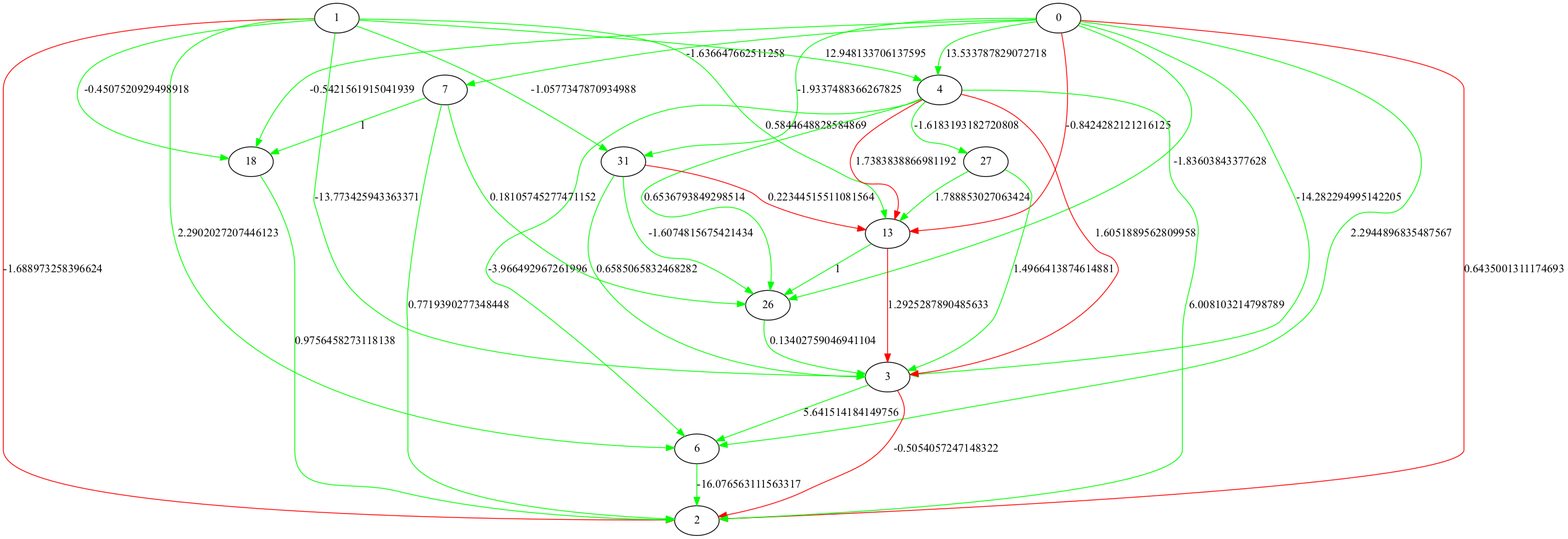
The Graphviz diagram Neat/visualizaions/Digraph.gv.png in RoshanNagaram002/NEAT, before a commit. Its source is kept beside it as Neat/visualizaions/Digraph.gv.
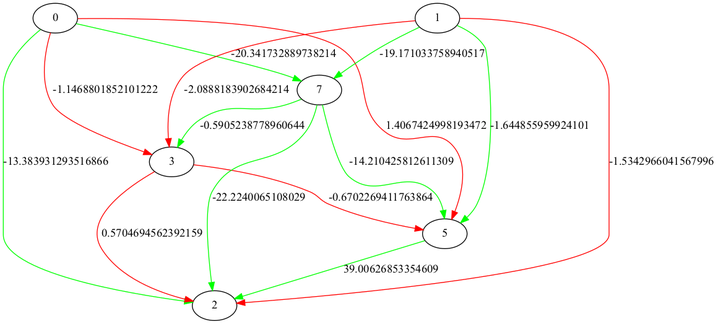
After the commit.

Change to the diagram source:
```diff
@@ -3,49 +3,20 @@
 	1 [label=1]
 	2 [label=2]
 	3 [label=3]
-	4 [label=4]
-	6 [label=6]
+	5 [label=5]
 	7 [label=7]
-	13 [label=13]
-	18 [label=18]
-	26 [label=26]
-	27 [label=27]
-	31 [label=31]
-	0 -> 2 [label=0.6435001311174693 color=red]
-	1 -> 2 [label=-1.688973258396624 color=red]
-	1 -> 3 [label=-13.773425943363371 color=green]
-	3 -> 2 [label=-0.5054057247148322 color=red]
-	0 -> 3 [label=-14.282294995142205 color=green]
-	1 -> 4 [label=12.948133706137595 color=green]
-	4 -> 3 [label=1.6051889562809958 color=red]
-	4 -> 2 [label=6.008103214798789 color=green]
-	3 -> 6 [label=5.641514184149756 color=green]
-	6 -> 2 [label=-16.076563111563317 color=green]
-	1 -> 6 [label=2.2902027207446123 color=green]
-	0 -> 7 [label=-1.636647662511258 color=green]
-	7 -> 2 [label=0.7719390277348448 color=green]
-	0 -> 6 [label=2.2944896835487567 color=green]
-	0 -> 4 [label=13.533787829072718 color=green]
-	4 -> 6 [label=-3.966492967261996 color=green]
-	4 -> 13 [label=1.7383838866981192 color=red]
-	13 -> 3 [label=1.2925287890485633 color=red]
-	0 -> 13 [label=-0.8424282121216125 color=red]
-	1 -> 13 [label=0.5844648828584869 color=green]
-	7 -> 18 [label=1 color=green]
-	18 -> 2 [label=0.9756458273118138 color=green]
-	1 -> 18 [label=-0.4507520929498918 color=green]
-	0 -> 18 [label=-0.5421561915041939 color=green]
-	13 -> 26 [label=1 color=green]
-	26 -> 3 [label=0.13402759046941104 color=green]
-	4 -> 27 [label=-1.6183193182720808 color=green]
-	27 -> 13 [label=1.788853027063424 color=green]
-	0 -> 31 [label=-1.9337488366267825 color=green]
-	31 -> 13 [label=0.22344515511081564 color=red]
-	31 -> 3 [label=0.6585065832468282 color=green]
-	1 -> 31 [label=-1.0577347870934988 color=green]
-	27 -> 3 [label=1.4966413874614881 color=green]
-	0 -> 26 [label=-1.83603843377628 color=green]
-	7 -> 26 [label=0.18105745277471152 color=green]
-	31 -> 26 [label=-1.6074815675421434 color=green]
-	4 -> 26 [label=0.6536793849298514 color=green]
+	0 -> 2 [label=-13.383931293516866 color=green]
+	1 -> 2 [label=-1.5342966041567996 color=red]
+	1 -> 3 [label=-2.0888183902684214 color=red]
+	3 -> 2 [label=0.5704694562392159 color=red]
+	0 -> 3 [label=-1.1468801852101222 color=red]
+	3 -> 5 [label=-0.6702269411763864 color=red]
+	5 -> 2 [label=39.00626853354609 color=green]
+	0 -> 7 [label=-20.341732889738214 color=green]
+	7 -> 3 [label=-0.5905238778960644 color=green]
+	1 -> 5 [label=-1.644855959924101 color=green]
+	7 -> 2 [label=-22.2240065108029 color=green]
+	1 -> 7 [label=-19.171033758940517 color=green]
+	0 -> 5 [label=1.4067424998193472 color=red]
+	7 -> 5 [label=-14.210425812611309 color=green]
 }
```
